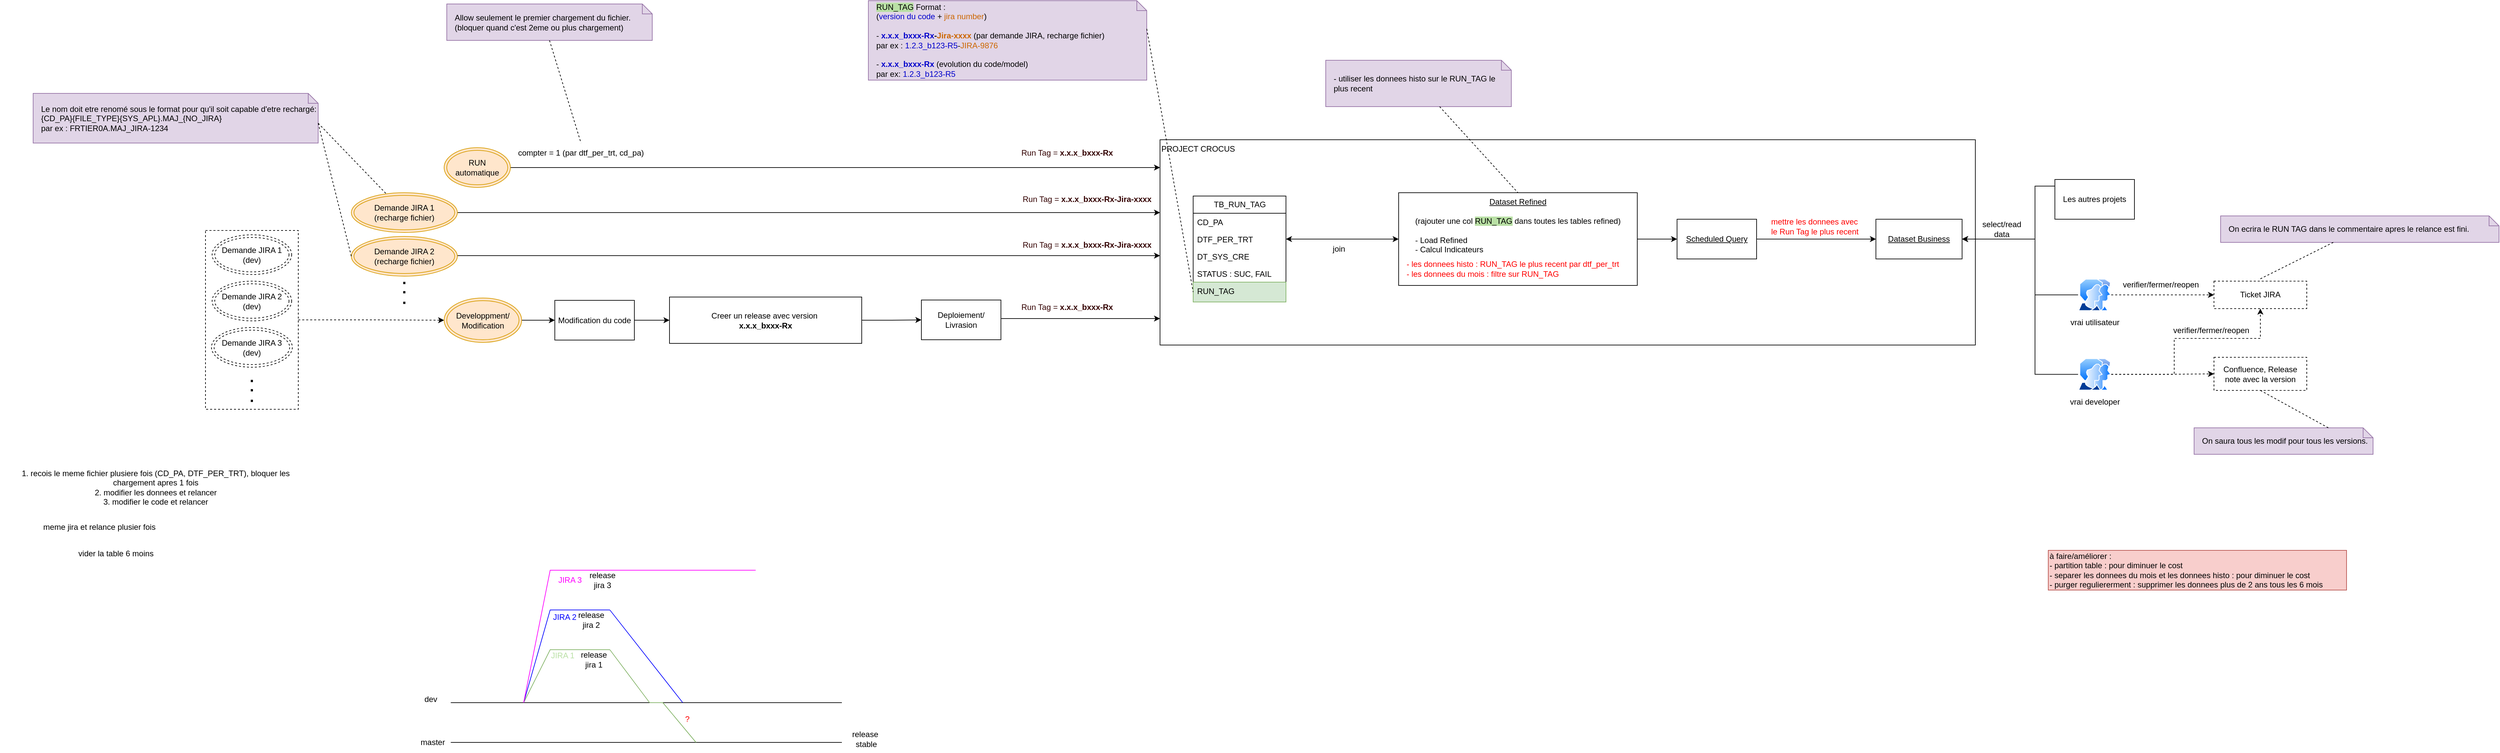
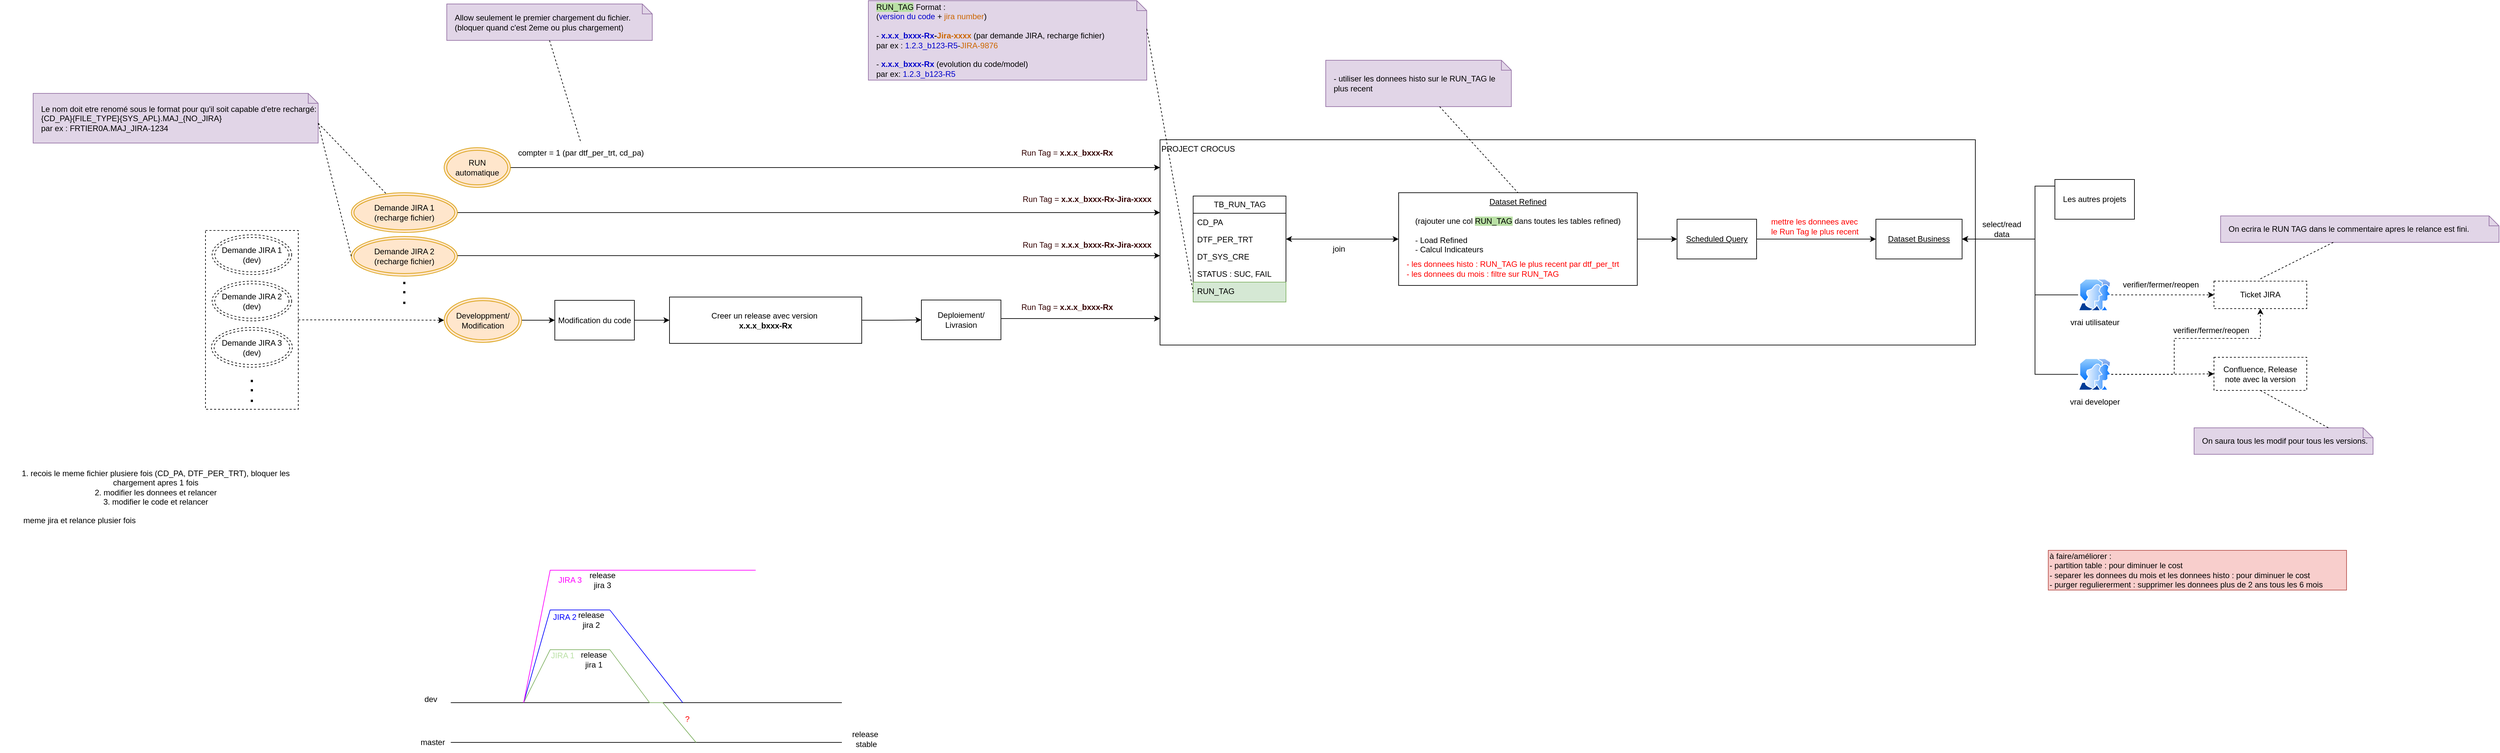
<mxfile host="app.diagrams.net">
  <diagram name="Page-1" id="bEAYSmEDHXBXhFzCy1HB">
    <mxGraphModel dx="3308" dy="2087" grid="1" gridSize="10" guides="1" tooltips="1" connect="1" arrows="1" fold="1" page="1" pageScale="1" pageWidth="827" pageHeight="1169" math="0" shadow="0">
      <root>
        <mxCell id="0" />
        <mxCell id="1" parent="0" />
        <mxCell id="cKu8MT6L8Fp_BZaxLZj7-22" edge="1" parent="1" source="cKu8MT6L8Fp_BZaxLZj7-16" style="edgeStyle=orthogonalEdgeStyle;rounded=0;orthogonalLoop=1;jettySize=auto;html=1;dashed=1;" target="QUzsFoNl6aFI_2ed8XXq-33">
          <mxGeometry relative="1" as="geometry">
            <Array as="points" />
            <mxPoint x="-937.4999999999995" y="382" as="sourcePoint" />
            <mxPoint x="-602.4999999999995" y="365" as="targetPoint" />
          </mxGeometry>
        </mxCell>
        <mxCell id="cKu8MT6L8Fp_BZaxLZj7-16" parent="1" style="rounded=0;whiteSpace=wrap;html=1;dashed=1;" value="" vertex="1">
          <mxGeometry height="270" width="140" x="-1070" y="247" as="geometry" />
        </mxCell>
        <mxCell id="QUzsFoNl6aFI_2ed8XXq-13" parent="1" style="rounded=0;whiteSpace=wrap;html=1;align=left;verticalAlign=top;" value="PROJECT CROCUS" vertex="1">
          <mxGeometry height="310" width="1230" x="370" y="110" as="geometry" />
        </mxCell>
        <mxCell id="QUzsFoNl6aFI_2ed8XXq-1" parent="1" style="swimlane;fontStyle=0;childLayout=stackLayout;horizontal=1;startSize=26;fillColor=none;horizontalStack=0;resizeParent=1;resizeParentMax=0;resizeLast=0;collapsible=1;marginBottom=0;html=1;" value="TB_RUN_TAG" vertex="1">
          <mxGeometry height="160" width="140" x="420" y="195" as="geometry" />
        </mxCell>
        <mxCell id="QUzsFoNl6aFI_2ed8XXq-2" parent="QUzsFoNl6aFI_2ed8XXq-1" style="text;strokeColor=none;fillColor=none;align=left;verticalAlign=top;spacingLeft=4;spacingRight=4;overflow=hidden;rotatable=0;points=[[0,0.5],[1,0.5]];portConstraint=eastwest;whiteSpace=wrap;html=1;" value="CD_PA" vertex="1">
          <mxGeometry height="26" width="140" y="26" as="geometry" />
        </mxCell>
        <mxCell id="QUzsFoNl6aFI_2ed8XXq-3" parent="QUzsFoNl6aFI_2ed8XXq-1" style="text;strokeColor=none;fillColor=none;align=left;verticalAlign=top;spacingLeft=4;spacingRight=4;overflow=hidden;rotatable=0;points=[[0,0.5],[1,0.5]];portConstraint=eastwest;whiteSpace=wrap;html=1;" value="DTF_PER_TRT" vertex="1">
          <mxGeometry height="26" width="140" y="52" as="geometry" />
        </mxCell>
        <mxCell id="QUzsFoNl6aFI_2ed8XXq-4" parent="QUzsFoNl6aFI_2ed8XXq-1" style="text;strokeColor=none;fillColor=none;align=left;verticalAlign=top;spacingLeft=4;spacingRight=4;overflow=hidden;rotatable=0;points=[[0,0.5],[1,0.5]];portConstraint=eastwest;whiteSpace=wrap;html=1;" value="DT_SYS_CRE" vertex="1">
          <mxGeometry height="26" width="140" y="78" as="geometry" />
        </mxCell>
        <mxCell id="QUzsFoNl6aFI_2ed8XXq-105" parent="QUzsFoNl6aFI_2ed8XXq-1" style="text;strokeColor=none;fillColor=none;align=left;verticalAlign=top;spacingLeft=4;spacingRight=4;overflow=hidden;rotatable=0;points=[[0,0.5],[1,0.5]];portConstraint=eastwest;whiteSpace=wrap;html=1;" value="STATUS : SUC, FAIL" vertex="1">
          <mxGeometry height="26" width="140" y="104" as="geometry" />
        </mxCell>
        <mxCell id="QUzsFoNl6aFI_2ed8XXq-5" parent="QUzsFoNl6aFI_2ed8XXq-1" style="text;strokeColor=#82b366;fillColor=#d5e8d4;align=left;verticalAlign=top;spacingLeft=4;spacingRight=4;overflow=hidden;rotatable=0;points=[[0,0.5],[1,0.5]];portConstraint=eastwest;whiteSpace=wrap;html=1;" value="RUN_TAG" vertex="1">
          <mxGeometry height="30" width="140" y="130" as="geometry" />
        </mxCell>
        <mxCell id="QUzsFoNl6aFI_2ed8XXq-7" parent="1" style="shape=note;size=15;align=left;spacingLeft=10;html=1;whiteSpace=wrap;fillColor=#e1d5e7;strokeColor=#9673a6;" value="&lt;span style=&quot;background-color: rgb(185, 224, 165);&quot;&gt;RUN_TAG&lt;/span&gt; Format :&amp;nbsp;&lt;div&gt;(&lt;font style=&quot;color: rgb(0, 0, 204);&quot;&gt;version du code&lt;/font&gt; +&lt;font style=&quot;color: rgb(204, 102, 0);&quot;&gt; &lt;font&gt;jira number&lt;/font&gt;&lt;/font&gt;)&lt;/div&gt;&lt;div&gt;&lt;br&gt;&lt;div&gt;- &lt;b&gt;&lt;font style=&quot;color: rgb(0, 0, 204);&quot;&gt;x.x.x_bxxx-Rx&lt;/font&gt;-&lt;font style=&quot;color: rgb(204, 102, 0);&quot;&gt;Jira-xxxx&lt;/font&gt;&lt;/b&gt; (par demande JIRA, recharge fichier)&amp;nbsp;&lt;/div&gt;&lt;div&gt;par ex : &lt;font style=&quot;color: rgb(0, 0, 204);&quot;&gt;1.2.3_b123-R5&lt;/font&gt;-&lt;font style=&quot;color: rgb(204, 102, 0);&quot;&gt;JIRA-9876&lt;/font&gt;&lt;/div&gt;&lt;div&gt;&lt;br&gt;&lt;/div&gt;&lt;div&gt;-&lt;b&gt; &lt;font style=&quot;color: rgb(0, 0, 204);&quot;&gt;x.x.x_bxxx-Rx&lt;/font&gt;&lt;/b&gt; (evolution du code/model)&lt;/div&gt;&lt;div&gt;&lt;span style=&quot;background-color: transparent; color: light-dark(rgb(0, 0, 0), rgb(255, 255, 255));&quot;&gt;par ex: &lt;/span&gt;&lt;span style=&quot;background-color: transparent;&quot;&gt;&lt;font style=&quot;color: light-dark(rgb(0, 0, 204), rgb(255, 255, 255));&quot;&gt;1.2.3_b123-R5&lt;/font&gt;&lt;/span&gt;&lt;/div&gt;&lt;/div&gt;" vertex="1">
          <mxGeometry height="120" width="420" x="-70" y="-100" as="geometry" />
        </mxCell>
        <mxCell id="QUzsFoNl6aFI_2ed8XXq-8" edge="1" parent="1" source="QUzsFoNl6aFI_2ed8XXq-7" style="edgeStyle=none;endArrow=none;exitX=0;exitY=0;dashed=1;html=1;rounded=0;entryX=0;entryY=0.5;entryDx=0;entryDy=0;exitDx=420;exitDy=42.5;exitPerimeter=0;" target="QUzsFoNl6aFI_2ed8XXq-5" value="">
          <mxGeometry relative="1" x="1" as="geometry">
            <mxPoint x="590" y="660" as="targetPoint" />
          </mxGeometry>
        </mxCell>
        <mxCell id="QUzsFoNl6aFI_2ed8XXq-10" parent="1" style="rounded=0;whiteSpace=wrap;html=1;dashed=1;" value="Confluence, Release note avec la v&lt;span style=&quot;background-color: transparent; color: light-dark(rgb(0, 0, 0), rgb(255, 255, 255));&quot;&gt;ersion&lt;/span&gt;" vertex="1">
          <mxGeometry height="50" width="140" x="1960" y="438.5" as="geometry" />
        </mxCell>
        <mxCell id="QUzsFoNl6aFI_2ed8XXq-11" parent="1" style="rounded=0;whiteSpace=wrap;html=1;dashed=1;" value="Ticket JIRA" vertex="1">
          <mxGeometry height="41.5" width="140" x="1960" y="323.5" as="geometry" />
        </mxCell>
        <mxCell id="QUzsFoNl6aFI_2ed8XXq-42" edge="1" parent="1" source="QUzsFoNl6aFI_2ed8XXq-12" style="edgeStyle=orthogonalEdgeStyle;rounded=0;orthogonalLoop=1;jettySize=auto;html=1;entryX=1;entryY=0.5;entryDx=0;entryDy=0;startArrow=classic;startFill=1;" target="QUzsFoNl6aFI_2ed8XXq-3">
          <mxGeometry relative="1" as="geometry" />
        </mxCell>
        <mxCell id="QUzsFoNl6aFI_2ed8XXq-50" edge="1" parent="1" source="QUzsFoNl6aFI_2ed8XXq-12" style="edgeStyle=orthogonalEdgeStyle;rounded=0;orthogonalLoop=1;jettySize=auto;html=1;" target="QUzsFoNl6aFI_2ed8XXq-46">
          <mxGeometry relative="1" as="geometry">
            <Array as="points" />
          </mxGeometry>
        </mxCell>
        <mxCell id="QUzsFoNl6aFI_2ed8XXq-12" parent="1" style="rounded=0;whiteSpace=wrap;html=1;verticalAlign=top;" value="&lt;u&gt;Dataset Refined&lt;/u&gt;&lt;div&gt;&lt;u&gt;&lt;br&gt;&lt;/u&gt;&lt;div&gt;(rajouter une col &lt;span style=&quot;background-color: rgb(185, 224, 165);&quot;&gt;RUN_TAG&lt;/span&gt;&lt;span&gt; &lt;/span&gt;dans toutes les tables refined)&lt;/div&gt;&lt;div&gt;&lt;br&gt;&lt;/div&gt;&lt;div style=&quot;text-align: left;&quot;&gt;- Load Refined&amp;nbsp; &amp;nbsp; &amp;nbsp; &amp;nbsp;&lt;/div&gt;&lt;div style=&quot;text-align: left;&quot;&gt;- Calcul Indicateurs&lt;/div&gt;&lt;/div&gt;" vertex="1">
          <mxGeometry height="140" width="360" x="730" y="190" as="geometry" />
        </mxCell>
        <mxCell id="QUzsFoNl6aFI_2ed8XXq-27" edge="1" parent="1" source="QUzsFoNl6aFI_2ed8XXq-33" style="edgeStyle=orthogonalEdgeStyle;rounded=0;orthogonalLoop=1;jettySize=auto;html=1;entryX=0;entryY=0.5;entryDx=0;entryDy=0;" target="QUzsFoNl6aFI_2ed8XXq-23">
          <mxGeometry relative="1" as="geometry">
            <mxPoint x="-740" y="198" as="sourcePoint" />
          </mxGeometry>
        </mxCell>
        <mxCell id="QUzsFoNl6aFI_2ed8XXq-19" parent="1" style="text;html=1;whiteSpace=wrap;strokeColor=none;fillColor=none;align=center;verticalAlign=middle;rounded=0;fontColor=#330000;" value="&lt;font style=&quot;&quot;&gt;Run Tag =&amp;nbsp;&lt;/font&gt;&lt;b style=&quot;text-align: left;&quot;&gt;x.x.x_bxxx-Rx-Jira-xxxx&lt;/b&gt;" vertex="1">
          <mxGeometry height="30" width="200" x="160" y="253.5" as="geometry" />
        </mxCell>
        <mxCell id="cKu8MT6L8Fp_BZaxLZj7-37" edge="1" parent="1" source="QUzsFoNl6aFI_2ed8XXq-23" style="edgeStyle=orthogonalEdgeStyle;rounded=0;orthogonalLoop=1;jettySize=auto;html=1;" target="QUzsFoNl6aFI_2ed8XXq-25">
          <mxGeometry relative="1" as="geometry" />
        </mxCell>
        <mxCell id="QUzsFoNl6aFI_2ed8XXq-23" parent="1" style="rounded=0;whiteSpace=wrap;html=1;" value="Modification du code" vertex="1">
          <mxGeometry height="60" width="120" x="-543" y="352.5" as="geometry" />
        </mxCell>
        <mxCell id="QUzsFoNl6aFI_2ed8XXq-31" edge="1" parent="1" source="QUzsFoNl6aFI_2ed8XXq-24" style="edgeStyle=orthogonalEdgeStyle;rounded=0;orthogonalLoop=1;jettySize=auto;html=1;" target="QUzsFoNl6aFI_2ed8XXq-13">
          <mxGeometry relative="1" as="geometry">
            <Array as="points">
              <mxPoint x="180" y="380" />
              <mxPoint x="180" y="380" />
            </Array>
            <mxPoint x="380" y="373" as="targetPoint" />
          </mxGeometry>
        </mxCell>
        <mxCell id="QUzsFoNl6aFI_2ed8XXq-24" parent="1" style="rounded=0;whiteSpace=wrap;html=1;" value="Deploiement/ Livrasion" vertex="1">
          <mxGeometry height="60" width="120" x="10" y="352" as="geometry" />
        </mxCell>
        <mxCell id="cKu8MT6L8Fp_BZaxLZj7-38" edge="1" parent="1" source="QUzsFoNl6aFI_2ed8XXq-25" style="edgeStyle=orthogonalEdgeStyle;rounded=0;orthogonalLoop=1;jettySize=auto;html=1;" target="QUzsFoNl6aFI_2ed8XXq-24">
          <mxGeometry relative="1" as="geometry" />
        </mxCell>
        <mxCell id="QUzsFoNl6aFI_2ed8XXq-25" parent="1" style="rounded=0;whiteSpace=wrap;html=1;" value="Creer un release avec version&amp;nbsp;&lt;div&gt;&lt;span style=&quot;text-align: left;&quot;&gt;&lt;b&gt;x.x.x_bxxx-Rx&lt;/b&gt;&lt;/span&gt;&lt;/div&gt;" vertex="1">
          <mxGeometry height="70" width="290" x="-370" y="347.5" as="geometry" />
        </mxCell>
        <mxCell id="QUzsFoNl6aFI_2ed8XXq-33" parent="1" style="ellipse;shape=doubleEllipse;whiteSpace=wrap;html=1;fillColor=#ffe6cc;strokeColor=#d79b00;" value="Developpment/&lt;div&gt;Modification&lt;/div&gt;" vertex="1">
          <mxGeometry height="67" width="117" x="-710" y="349" as="geometry" />
        </mxCell>
        <mxCell id="cKu8MT6L8Fp_BZaxLZj7-5" edge="1" parent="1" style="edgeStyle=orthogonalEdgeStyle;rounded=0;orthogonalLoop=1;jettySize=auto;html=1;" target="QUzsFoNl6aFI_2ed8XXq-13">
          <mxGeometry relative="1" as="geometry">
            <Array as="points">
              <mxPoint x="110" y="285" />
              <mxPoint x="110" y="285" />
            </Array>
            <mxPoint x="-690.0000000000005" y="285" as="sourcePoint" />
            <mxPoint x="380" y="285" as="targetPoint" />
          </mxGeometry>
        </mxCell>
        <mxCell id="QUzsFoNl6aFI_2ed8XXq-34" parent="1" style="ellipse;shape=doubleEllipse;whiteSpace=wrap;html=1;fillColor=#ffe6cc;strokeColor=#d79b00;" value="Demande JIRA 2&lt;div&gt;(recharge fichier)&lt;/div&gt;" vertex="1">
          <mxGeometry height="60" width="160" x="-850" y="256" as="geometry" />
        </mxCell>
        <mxCell id="QUzsFoNl6aFI_2ed8XXq-36" edge="1" parent="1" source="QUzsFoNl6aFI_2ed8XXq-35" style="edgeStyle=orthogonalEdgeStyle;rounded=0;orthogonalLoop=1;jettySize=auto;html=1;" target="QUzsFoNl6aFI_2ed8XXq-13">
          <mxGeometry relative="1" as="geometry">
            <Array as="points">
              <mxPoint x="140" y="152" />
              <mxPoint x="140" y="152" />
            </Array>
            <mxPoint x="380" y="152.0588235294117" as="targetPoint" />
          </mxGeometry>
        </mxCell>
        <mxCell id="QUzsFoNl6aFI_2ed8XXq-35" parent="1" style="ellipse;shape=doubleEllipse;whiteSpace=wrap;html=1;fillColor=#ffe6cc;strokeColor=#d79b00;" value="RUN automatique" vertex="1">
          <mxGeometry height="60" width="100" x="-710" y="122" as="geometry" />
        </mxCell>
        <mxCell id="QUzsFoNl6aFI_2ed8XXq-40" parent="1" style="shape=note;size=15;align=left;spacingLeft=10;html=1;whiteSpace=wrap;fillColor=#e1d5e7;strokeColor=#9673a6;" value="&lt;div&gt;- utiliser les donnees histo sur le RUN_TAG le plus recent&lt;/div&gt;" vertex="1">
          <mxGeometry height="70" width="280" x="620" y="-10" as="geometry" />
        </mxCell>
        <mxCell id="QUzsFoNl6aFI_2ed8XXq-41" edge="1" parent="1" source="QUzsFoNl6aFI_2ed8XXq-40" style="edgeStyle=none;endArrow=none;dashed=1;html=1;rounded=0;entryX=0.5;entryY=0;entryDx=0;entryDy=0;" target="QUzsFoNl6aFI_2ed8XXq-12" value="">
          <mxGeometry relative="1" x="1" as="geometry">
            <mxPoint x="720" y="650" as="sourcePoint" />
            <mxPoint x="772" y="500" as="targetPoint" />
          </mxGeometry>
        </mxCell>
        <mxCell id="QUzsFoNl6aFI_2ed8XXq-43" parent="1" style="text;html=1;whiteSpace=wrap;strokeColor=none;fillColor=none;align=left;verticalAlign=middle;rounded=0;" value="&lt;font style=&quot;color: rgb(255, 0, 0);&quot;&gt;- les donnees histo : RUN_TAG le plus recent par dtf_per_trt&lt;/font&gt;&lt;div&gt;&lt;font style=&quot;color: rgb(255, 0, 0);&quot;&gt;- les donnees du mois : f&lt;/font&gt;&lt;span style=&quot;color: light-dark(rgb(255, 0, 0), rgb(255, 144, 144)); background-color: transparent;&quot;&gt;iltre sur RUN_TAG&lt;/span&gt;&lt;/div&gt;" vertex="1">
          <mxGeometry height="30" width="370" x="740" y="290" as="geometry" />
        </mxCell>
        <mxCell id="QUzsFoNl6aFI_2ed8XXq-45" parent="1" style="rounded=0;whiteSpace=wrap;html=1;" value="&lt;u&gt;Dataset Business&lt;/u&gt;" vertex="1">
          <mxGeometry height="60" width="130" x="1450" y="230" as="geometry" />
        </mxCell>
        <mxCell id="QUzsFoNl6aFI_2ed8XXq-48" edge="1" parent="1" source="QUzsFoNl6aFI_2ed8XXq-46" style="edgeStyle=orthogonalEdgeStyle;rounded=0;orthogonalLoop=1;jettySize=auto;html=1;" target="QUzsFoNl6aFI_2ed8XXq-45">
          <mxGeometry relative="1" as="geometry" />
        </mxCell>
        <mxCell id="QUzsFoNl6aFI_2ed8XXq-46" parent="1" style="rounded=0;whiteSpace=wrap;html=1;" value="&lt;u&gt;Scheduled Query&lt;/u&gt;" vertex="1">
          <mxGeometry height="60" width="120" x="1150" y="230" as="geometry" />
        </mxCell>
        <mxCell id="QUzsFoNl6aFI_2ed8XXq-51" parent="1" style="text;html=1;whiteSpace=wrap;strokeColor=none;fillColor=none;align=left;verticalAlign=middle;rounded=0;fontColor=#FF0000;" value="mettre les donnees avec le Run Tag le plus recent" vertex="1">
          <mxGeometry height="30" width="140" x="1290" y="226" as="geometry" />
        </mxCell>
        <mxCell id="QUzsFoNl6aFI_2ed8XXq-59" edge="1" parent="1" source="QUzsFoNl6aFI_2ed8XXq-52" style="edgeStyle=orthogonalEdgeStyle;rounded=0;orthogonalLoop=1;jettySize=auto;html=1;entryX=1;entryY=0.5;entryDx=0;entryDy=0;" target="QUzsFoNl6aFI_2ed8XXq-45">
          <mxGeometry relative="1" as="geometry">
            <Array as="points">
              <mxPoint x="1690" y="180" />
              <mxPoint x="1690" y="260" />
            </Array>
          </mxGeometry>
        </mxCell>
        <mxCell id="QUzsFoNl6aFI_2ed8XXq-52" parent="1" style="rounded=0;whiteSpace=wrap;html=1;" value="Les autres projets" vertex="1">
          <mxGeometry height="60" width="120" x="1720" y="170" as="geometry" />
        </mxCell>
        <mxCell id="QUzsFoNl6aFI_2ed8XXq-58" edge="1" parent="1" source="QUzsFoNl6aFI_2ed8XXq-57" style="edgeStyle=orthogonalEdgeStyle;rounded=0;orthogonalLoop=1;jettySize=auto;html=1;entryX=1;entryY=0.5;entryDx=0;entryDy=0;" target="QUzsFoNl6aFI_2ed8XXq-45">
          <mxGeometry relative="1" as="geometry">
            <Array as="points">
              <mxPoint x="1690" y="344" />
              <mxPoint x="1690" y="260" />
            </Array>
          </mxGeometry>
        </mxCell>
        <mxCell id="QUzsFoNl6aFI_2ed8XXq-65" edge="1" parent="1" source="QUzsFoNl6aFI_2ed8XXq-57" style="edgeStyle=orthogonalEdgeStyle;rounded=0;orthogonalLoop=1;jettySize=auto;html=1;dashed=1;" target="QUzsFoNl6aFI_2ed8XXq-11">
          <mxGeometry relative="1" as="geometry" />
        </mxCell>
        <mxCell id="QUzsFoNl6aFI_2ed8XXq-57" parent="1" style="image;aspect=fixed;perimeter=ellipsePerimeter;html=1;align=center;shadow=0;dashed=0;spacingTop=3;image=img/lib/active_directory/user_accounts.svg;" value="vrai utilisateur" vertex="1">
          <mxGeometry height="48.5" width="50" x="1755" y="320" as="geometry" />
        </mxCell>
        <mxCell id="QUzsFoNl6aFI_2ed8XXq-60" parent="1" style="text;html=1;whiteSpace=wrap;strokeColor=none;fillColor=none;align=center;verticalAlign=middle;rounded=0;" value="select/read data" vertex="1">
          <mxGeometry height="30" width="60" x="1610" y="230" as="geometry" />
        </mxCell>
        <mxCell id="QUzsFoNl6aFI_2ed8XXq-63" edge="1" parent="1" source="QUzsFoNl6aFI_2ed8XXq-62" style="edgeStyle=orthogonalEdgeStyle;rounded=0;orthogonalLoop=1;jettySize=auto;html=1;entryX=1;entryY=0.5;entryDx=0;entryDy=0;" target="QUzsFoNl6aFI_2ed8XXq-45">
          <mxGeometry relative="1" as="geometry">
            <Array as="points">
              <mxPoint x="1690" y="464" />
              <mxPoint x="1690" y="260" />
            </Array>
          </mxGeometry>
        </mxCell>
        <mxCell id="QUzsFoNl6aFI_2ed8XXq-66" edge="1" parent="1" source="QUzsFoNl6aFI_2ed8XXq-62" style="edgeStyle=orthogonalEdgeStyle;rounded=0;orthogonalLoop=1;jettySize=auto;html=1;dashed=1;" target="QUzsFoNl6aFI_2ed8XXq-10">
          <mxGeometry relative="1" as="geometry" />
        </mxCell>
        <mxCell id="QUzsFoNl6aFI_2ed8XXq-68" edge="1" parent="1" source="QUzsFoNl6aFI_2ed8XXq-62" style="edgeStyle=orthogonalEdgeStyle;rounded=0;orthogonalLoop=1;jettySize=auto;html=1;entryX=0.5;entryY=1;entryDx=0;entryDy=0;dashed=1;" target="QUzsFoNl6aFI_2ed8XXq-11">
          <mxGeometry relative="1" as="geometry">
            <Array as="points">
              <mxPoint x="1900" y="464" />
              <mxPoint x="1900" y="410" />
              <mxPoint x="2030" y="410" />
            </Array>
          </mxGeometry>
        </mxCell>
        <mxCell id="QUzsFoNl6aFI_2ed8XXq-62" parent="1" style="image;aspect=fixed;perimeter=ellipsePerimeter;html=1;align=center;shadow=0;dashed=0;spacingTop=3;image=img/lib/active_directory/user_accounts.svg;" value="vrai developer" vertex="1">
          <mxGeometry height="48.5" width="50" x="1755" y="440" as="geometry" />
        </mxCell>
        <mxCell id="QUzsFoNl6aFI_2ed8XXq-69" parent="1" style="shape=note;size=15;align=left;spacingLeft=10;html=1;whiteSpace=wrap;fillColor=#e1d5e7;strokeColor=#9673a6;" value="On ecrira le RUN TAG dans le commentaire apres le relance est fini." vertex="1">
          <mxGeometry height="40" width="420" x="1970" y="225" as="geometry" />
        </mxCell>
        <mxCell id="QUzsFoNl6aFI_2ed8XXq-70" edge="1" parent="1" source="QUzsFoNl6aFI_2ed8XXq-69" style="edgeStyle=none;endArrow=none;dashed=1;html=1;rounded=0;" value="">
          <mxGeometry relative="1" x="1" as="geometry">
            <mxPoint x="970" y="210" as="sourcePoint" />
            <mxPoint x="2030" y="320" as="targetPoint" />
          </mxGeometry>
        </mxCell>
        <mxCell id="QUzsFoNl6aFI_2ed8XXq-71" parent="1" style="shape=note;size=15;align=left;spacingLeft=10;html=1;whiteSpace=wrap;fillColor=#e1d5e7;strokeColor=#9673a6;" value="On saura tous les modif pour tous les versions." vertex="1">
          <mxGeometry height="40" width="270" x="1930" y="545" as="geometry" />
        </mxCell>
        <mxCell id="QUzsFoNl6aFI_2ed8XXq-72" edge="1" parent="1" source="QUzsFoNl6aFI_2ed8XXq-71" style="edgeStyle=none;endArrow=none;dashed=1;html=1;rounded=0;entryX=0.5;entryY=1;entryDx=0;entryDy=0;exitX=0;exitY=0;exitDx=202.5;exitDy=0;exitPerimeter=0;" target="QUzsFoNl6aFI_2ed8XXq-10" value="">
          <mxGeometry relative="1" x="1" as="geometry">
            <mxPoint x="2180" y="470" as="sourcePoint" />
            <mxPoint x="2070" y="525" as="targetPoint" />
          </mxGeometry>
        </mxCell>
        <mxCell id="QUzsFoNl6aFI_2ed8XXq-74" parent="1" style="rounded=0;whiteSpace=wrap;html=1;align=left;fillColor=#f8cecc;strokeColor=#b85450;" value="à faire/améliorer :&lt;div&gt;- partition table : pour diminuer le cost&lt;/div&gt;&lt;div&gt;- separer les donnees du mois et les donnees histo&amp;nbsp;&lt;span style=&quot;background-color: transparent; color: light-dark(rgb(0, 0, 0), rgb(255, 255, 255));&quot;&gt;: pour diminuer le cost&lt;/span&gt;&lt;/div&gt;&lt;div&gt;&lt;span style=&quot;background-color: transparent; color: light-dark(rgb(0, 0, 0), rgb(255, 255, 255));&quot;&gt;- purger reguliererment : supprimer les donnees plus de 2 ans tous les 6 mois&lt;/span&gt;&lt;/div&gt;" vertex="1">
          <mxGeometry height="60" width="450" x="1710" y="730" as="geometry" />
        </mxCell>
        <mxCell id="QUzsFoNl6aFI_2ed8XXq-76" parent="1" style="text;html=1;whiteSpace=wrap;strokeColor=none;fillColor=none;align=center;verticalAlign=middle;rounded=0;" value="join" vertex="1">
          <mxGeometry height="30" width="60" x="610" y="260" as="geometry" />
        </mxCell>
        <mxCell id="QUzsFoNl6aFI_2ed8XXq-81" edge="1" parent="1" style="endArrow=none;html=1;rounded=0;" value="">
          <mxGeometry height="50" relative="1" width="50" as="geometry">
            <mxPoint x="-700" y="960" as="sourcePoint" />
            <mxPoint x="-110" y="960" as="targetPoint" />
          </mxGeometry>
        </mxCell>
        <mxCell id="QUzsFoNl6aFI_2ed8XXq-83" edge="1" parent="1" style="endArrow=none;html=1;rounded=0;fillColor=#d5e8d4;strokeColor=#82b366;" value="">
          <mxGeometry height="50" relative="1" width="50" as="geometry">
            <Array as="points">
              <mxPoint x="-550" y="880" />
            </Array>
            <mxPoint x="-590" y="960" as="sourcePoint" />
            <mxPoint x="-460" y="880" as="targetPoint" />
          </mxGeometry>
        </mxCell>
        <mxCell id="QUzsFoNl6aFI_2ed8XXq-84" parent="1" style="text;html=1;whiteSpace=wrap;strokeColor=none;fillColor=none;align=center;verticalAlign=middle;rounded=0;" value="dev" vertex="1">
          <mxGeometry height="30" width="60" x="-760" y="940" as="geometry" />
        </mxCell>
        <mxCell id="QUzsFoNl6aFI_2ed8XXq-85" edge="1" parent="1" style="endArrow=none;html=1;rounded=0;strokeColor=#0000FF;" value="">
          <mxGeometry height="50" relative="1" width="50" as="geometry">
            <Array as="points">
              <mxPoint x="-550" y="820" />
            </Array>
            <mxPoint x="-590" y="960" as="sourcePoint" />
            <mxPoint x="-460" y="820" as="targetPoint" />
          </mxGeometry>
        </mxCell>
        <mxCell id="QUzsFoNl6aFI_2ed8XXq-86" edge="1" parent="1" style="endArrow=none;html=1;rounded=0;strokeColor=#FF00FF;" value="">
          <mxGeometry height="50" relative="1" width="50" as="geometry">
            <Array as="points">
              <mxPoint x="-550" y="760" />
            </Array>
            <mxPoint x="-590" y="960" as="sourcePoint" />
            <mxPoint x="-240" y="760" as="targetPoint" />
          </mxGeometry>
        </mxCell>
        <mxCell id="QUzsFoNl6aFI_2ed8XXq-87" parent="1" style="text;html=1;whiteSpace=wrap;strokeColor=none;fillColor=none;align=center;verticalAlign=middle;rounded=0;fontColor=#B9E0A5;" value="JIRA 1" vertex="1">
          <mxGeometry height="30" width="60" x="-561" y="874" as="geometry" />
        </mxCell>
        <mxCell id="QUzsFoNl6aFI_2ed8XXq-88" parent="1" style="text;html=1;whiteSpace=wrap;strokeColor=none;fillColor=none;align=center;verticalAlign=middle;rounded=0;fontColor=#0000FF;" value="JIRA 2" vertex="1">
          <mxGeometry height="30" width="60" x="-558" y="816" as="geometry" />
        </mxCell>
        <mxCell id="QUzsFoNl6aFI_2ed8XXq-89" parent="1" style="text;html=1;whiteSpace=wrap;strokeColor=none;fillColor=none;align=center;verticalAlign=middle;rounded=0;fontColor=#FF00FF;" value="JIRA 3" vertex="1">
          <mxGeometry height="30" width="60" x="-550" y="760" as="geometry" />
        </mxCell>
        <mxCell id="QUzsFoNl6aFI_2ed8XXq-90" edge="1" parent="1" style="endArrow=none;html=1;rounded=0;" value="">
          <mxGeometry height="50" relative="1" width="50" as="geometry">
            <mxPoint x="-700" y="1020" as="sourcePoint" />
            <mxPoint x="-110" y="1020" as="targetPoint" />
          </mxGeometry>
        </mxCell>
        <mxCell id="QUzsFoNl6aFI_2ed8XXq-91" parent="1" style="text;html=1;whiteSpace=wrap;strokeColor=none;fillColor=none;align=center;verticalAlign=middle;rounded=0;" value="master" vertex="1">
          <mxGeometry height="30" width="60" x="-757" y="1005" as="geometry" />
        </mxCell>
        <mxCell id="QUzsFoNl6aFI_2ed8XXq-92" edge="1" parent="1" style="endArrow=none;html=1;rounded=0;fillColor=#d5e8d4;strokeColor=#82b366;" value="">
          <mxGeometry height="50" relative="1" width="50" as="geometry">
            <mxPoint x="-460" y="880" as="sourcePoint" />
            <mxPoint x="-400" y="960" as="targetPoint" />
          </mxGeometry>
        </mxCell>
        <mxCell id="QUzsFoNl6aFI_2ed8XXq-94" edge="1" parent="1" style="endArrow=none;html=1;rounded=0;strokeColor=#0000FF;" value="">
          <mxGeometry height="50" relative="1" width="50" as="geometry">
            <mxPoint x="-460" y="820" as="sourcePoint" />
            <mxPoint x="-350" y="960" as="targetPoint" />
          </mxGeometry>
        </mxCell>
        <mxCell id="QUzsFoNl6aFI_2ed8XXq-95" edge="1" parent="1" style="endArrow=none;html=1;rounded=0;fillColor=#d5e8d4;strokeColor=#82b366;" value="">
          <mxGeometry height="50" relative="1" width="50" as="geometry">
            <mxPoint x="-380" y="960" as="sourcePoint" />
            <mxPoint x="-330" y="1020" as="targetPoint" />
          </mxGeometry>
        </mxCell>
        <mxCell id="QUzsFoNl6aFI_2ed8XXq-96" edge="1" parent="1" style="endArrow=none;html=1;rounded=0;fillColor=#d5e8d4;strokeColor=#82b366;" value="">
          <mxGeometry height="50" relative="1" width="50" as="geometry">
            <mxPoint x="-400" y="960" as="sourcePoint" />
            <mxPoint x="-380" y="960" as="targetPoint" />
          </mxGeometry>
        </mxCell>
        <mxCell id="QUzsFoNl6aFI_2ed8XXq-98" parent="1" style="text;html=1;whiteSpace=wrap;strokeColor=none;fillColor=none;align=center;verticalAlign=middle;rounded=0;" value="release jira 2" vertex="1">
          <mxGeometry height="30" width="60" x="-518" y="820" as="geometry" />
        </mxCell>
        <mxCell id="QUzsFoNl6aFI_2ed8XXq-99" parent="1" style="text;html=1;whiteSpace=wrap;strokeColor=none;fillColor=none;align=center;verticalAlign=middle;rounded=0;" value="release jira 1" vertex="1">
          <mxGeometry height="30" width="60" x="-514" y="880" as="geometry" />
        </mxCell>
        <mxCell id="QUzsFoNl6aFI_2ed8XXq-100" parent="1" style="text;html=1;whiteSpace=wrap;strokeColor=none;fillColor=none;align=center;verticalAlign=middle;rounded=0;" value="release jira 3" vertex="1">
          <mxGeometry height="30" width="60" x="-501" y="760" as="geometry" />
        </mxCell>
        <mxCell id="QUzsFoNl6aFI_2ed8XXq-101" parent="1" style="text;html=1;whiteSpace=wrap;strokeColor=none;fillColor=none;align=center;verticalAlign=middle;rounded=0;" value="release&amp;nbsp; stable" vertex="1">
          <mxGeometry height="30" width="60" x="-103" y="1000" as="geometry" />
        </mxCell>
        <mxCell id="QUzsFoNl6aFI_2ed8XXq-103" parent="1" style="text;html=1;whiteSpace=wrap;strokeColor=none;fillColor=none;align=center;verticalAlign=middle;rounded=0;fontColor=#FF0000;" value="?" vertex="1">
          <mxGeometry height="30" width="60" x="-373" y="970" as="geometry" />
        </mxCell>
        <mxCell id="QUzsFoNl6aFI_2ed8XXq-104" parent="1" style="text;html=1;whiteSpace=wrap;strokeColor=none;fillColor=none;align=center;verticalAlign=middle;rounded=0;" value="compter = 1 (par dtf_per_trt, cd_pa)" vertex="1">
          <mxGeometry height="30" width="227" x="-617" y="115" as="geometry" />
        </mxCell>
        <mxCell id="QUzsFoNl6aFI_2ed8XXq-106" parent="1" style="text;html=1;whiteSpace=wrap;strokeColor=none;fillColor=none;align=center;verticalAlign=middle;rounded=0;" value="1. recois le meme fichier plusiere fois (CD_PA, DTF_PER_TRT), bloquer les chargement apres 1 fois&lt;div&gt;2. modifier les donnees et relancer&lt;/div&gt;&lt;div&gt;3. modifier le code et relancer&lt;/div&gt;" vertex="1">
          <mxGeometry height="30" width="470" x="-1380" y="620" as="geometry" />
        </mxCell>
        <mxCell id="QUzsFoNl6aFI_2ed8XXq-107" parent="1" style="text;html=1;whiteSpace=wrap;strokeColor=none;fillColor=none;align=center;verticalAlign=middle;rounded=0;" value="meme jira et relance plusier fois" vertex="1">
-           <mxGeometry height="30" width="240" x="-1350" y="680" as="geometry" />
-         </mxCell>
-         <mxCell id="QUzsFoNl6aFI_2ed8XXq-108" parent="1" style="text;html=1;whiteSpace=wrap;strokeColor=none;fillColor=none;align=center;verticalAlign=middle;rounded=0;" value="vider la table 6 moins" vertex="1">
-           <mxGeometry height="30" width="170" x="-1290" y="720" as="geometry" />
+           <mxGeometry height="30" width="240" x="-1380" y="670" as="geometry" />
        </mxCell>
        <mxCell id="cKu8MT6L8Fp_BZaxLZj7-1" parent="1" style="shape=note;size=15;align=left;spacingLeft=10;html=1;whiteSpace=wrap;fillColor=#e1d5e7;strokeColor=#9673a6;labelBackgroundColor=none;" value="&lt;span style=&quot;&quot;&gt;Allow seulement le premier chargement du fichier.&lt;br&gt;(bloquer quand c&#39;est 2eme ou plus chargement)&lt;/span&gt;" vertex="1">
          <mxGeometry height="55" width="310" x="-706" y="-95" as="geometry" />
        </mxCell>
        <mxCell id="cKu8MT6L8Fp_BZaxLZj7-2" edge="1" parent="1" source="cKu8MT6L8Fp_BZaxLZj7-1" style="edgeStyle=none;endArrow=none;exitX=0.5;exitY=1;dashed=1;html=1;rounded=0;entryX=0.5;entryY=0;entryDx=0;entryDy=0;exitDx=0;exitDy=0;exitPerimeter=0;" target="QUzsFoNl6aFI_2ed8XXq-104" value="">
          <mxGeometry relative="1" x="1" as="geometry">
            <mxPoint x="590" y="300" as="sourcePoint" />
            <mxPoint x="680" y="507" as="targetPoint" />
          </mxGeometry>
        </mxCell>
        <mxCell id="cKu8MT6L8Fp_BZaxLZj7-3" parent="1" style="ellipse;shape=doubleEllipse;whiteSpace=wrap;html=1;dashed=1;" value="Demande JIRA 1&lt;div&gt;(dev)&lt;/div&gt;" vertex="1">
          <mxGeometry height="60" width="120" x="-1060" y="253.5" as="geometry" />
        </mxCell>
        <mxCell id="cKu8MT6L8Fp_BZaxLZj7-7" parent="1" style="text;html=1;whiteSpace=wrap;strokeColor=none;fillColor=none;align=center;verticalAlign=middle;rounded=0;fontColor=#330000;" value="&lt;font style=&quot;&quot;&gt;Run Tag =&amp;nbsp;&lt;b style=&quot;text-align: left;&quot;&gt;x.x.x_bxxx-Rx&lt;/b&gt;&lt;/font&gt;" vertex="1">
          <mxGeometry height="30" width="200" x="130" y="115" as="geometry" />
        </mxCell>
        <mxCell id="cKu8MT6L8Fp_BZaxLZj7-11" parent="1" style="shape=note;size=15;align=left;spacingLeft=10;html=1;whiteSpace=wrap;fillColor=#e1d5e7;strokeColor=#9673a6;labelBackgroundColor=none;" value="&lt;span style=&quot;&quot;&gt;Le nom doit etre renomé sous le format pour qu&#39;il soit capable d&#39;etre rechargé:&lt;br&gt;{CD_PA}{FILE_TYPE}{SYS_APL}.MAJ_{NO_JIRA}&lt;/span&gt;&lt;div&gt;&lt;span style=&quot;&quot;&gt;par ex : FRTIER0A.MAJ_JIRA-1234&lt;/span&gt;&lt;/div&gt;" vertex="1">
          <mxGeometry height="75" width="430" x="-1330" y="40" as="geometry" />
        </mxCell>
        <mxCell id="cKu8MT6L8Fp_BZaxLZj7-14" parent="1" style="ellipse;shape=doubleEllipse;whiteSpace=wrap;html=1;dashed=1;" value="Demande JIRA 2&lt;div&gt;(dev)&lt;/div&gt;" vertex="1">
          <mxGeometry height="60" width="120" x="-1060" y="323.5" as="geometry" />
        </mxCell>
        <mxCell id="cKu8MT6L8Fp_BZaxLZj7-15" parent="1" style="ellipse;shape=doubleEllipse;whiteSpace=wrap;html=1;dashed=1;" value="Demande JIRA 3&lt;div&gt;(dev)&lt;/div&gt;" vertex="1">
          <mxGeometry height="60" width="122" x="-1061" y="393.5" as="geometry" />
        </mxCell>
        <mxCell id="cKu8MT6L8Fp_BZaxLZj7-19" parent="1" style="text;html=1;whiteSpace=wrap;strokeColor=none;fillColor=none;align=center;verticalAlign=middle;rounded=0;fontSize=23;fontStyle=1" value="." vertex="1">
          <mxGeometry height="30" width="60" x="-1030" y="453.25" as="geometry" />
        </mxCell>
        <mxCell id="cKu8MT6L8Fp_BZaxLZj7-20" parent="1" style="text;html=1;whiteSpace=wrap;strokeColor=none;fillColor=none;align=center;verticalAlign=middle;rounded=0;fontSize=23;fontStyle=1" value="." vertex="1">
          <mxGeometry height="30" width="60" x="-1030" y="467" as="geometry" />
        </mxCell>
        <mxCell id="cKu8MT6L8Fp_BZaxLZj7-21" parent="1" style="text;html=1;whiteSpace=wrap;strokeColor=none;fillColor=none;align=center;verticalAlign=middle;rounded=0;fontSize=23;fontStyle=1" value="." vertex="1">
          <mxGeometry height="30" width="60" x="-1030" y="483.25" as="geometry" />
        </mxCell>
        <mxCell id="cKu8MT6L8Fp_BZaxLZj7-24" edge="1" parent="1" source="cKu8MT6L8Fp_BZaxLZj7-23" style="edgeStyle=orthogonalEdgeStyle;rounded=0;orthogonalLoop=1;jettySize=auto;html=1;" target="QUzsFoNl6aFI_2ed8XXq-13">
          <mxGeometry relative="1" as="geometry">
            <Array as="points">
              <mxPoint x="120" y="220" />
              <mxPoint x="120" y="220" />
            </Array>
          </mxGeometry>
        </mxCell>
        <mxCell id="cKu8MT6L8Fp_BZaxLZj7-23" parent="1" style="ellipse;shape=doubleEllipse;whiteSpace=wrap;html=1;fillColor=#ffe6cc;strokeColor=#d79b00;" value="Demande JIRA 1&lt;div&gt;(recharge fichier)&lt;/div&gt;" vertex="1">
          <mxGeometry height="60" width="160" x="-850" y="190" as="geometry" />
        </mxCell>
        <mxCell id="cKu8MT6L8Fp_BZaxLZj7-25" edge="1" parent="1" source="cKu8MT6L8Fp_BZaxLZj7-11" style="edgeStyle=none;endArrow=none;exitX=0;exitY=0;dashed=1;html=1;rounded=0;exitDx=430;exitDy=45;exitPerimeter=0;" target="cKu8MT6L8Fp_BZaxLZj7-23" value="">
          <mxGeometry relative="1" x="1" as="geometry">
            <mxPoint x="-520" y="10" as="sourcePoint" />
            <mxPoint x="-490" y="150" as="targetPoint" />
          </mxGeometry>
        </mxCell>
        <mxCell id="cKu8MT6L8Fp_BZaxLZj7-26" edge="1" parent="1" source="cKu8MT6L8Fp_BZaxLZj7-11" style="edgeStyle=none;endArrow=none;exitX=0;exitY=0;dashed=1;html=1;rounded=0;exitDx=430;exitDy=45;exitPerimeter=0;entryX=0;entryY=0.5;entryDx=0;entryDy=0;" target="QUzsFoNl6aFI_2ed8XXq-34" value="">
          <mxGeometry relative="1" x="1" as="geometry">
            <mxPoint x="-900" y="200" as="sourcePoint" />
            <mxPoint x="-801" y="244" as="targetPoint" />
          </mxGeometry>
        </mxCell>
        <mxCell id="cKu8MT6L8Fp_BZaxLZj7-27" parent="1" style="text;html=1;whiteSpace=wrap;strokeColor=none;fillColor=none;align=center;verticalAlign=middle;rounded=0;fontSize=23;fontStyle=1" value="." vertex="1">
          <mxGeometry height="30" width="60" x="-800" y="305" as="geometry" />
        </mxCell>
        <mxCell id="cKu8MT6L8Fp_BZaxLZj7-28" parent="1" style="text;html=1;whiteSpace=wrap;strokeColor=none;fillColor=none;align=center;verticalAlign=middle;rounded=0;fontSize=23;fontStyle=1" value="." vertex="1">
          <mxGeometry height="30" width="60" x="-800" y="335" as="geometry" />
        </mxCell>
        <mxCell id="cKu8MT6L8Fp_BZaxLZj7-29" parent="1" style="text;html=1;whiteSpace=wrap;strokeColor=none;fillColor=none;align=center;verticalAlign=middle;rounded=0;fontSize=23;fontStyle=1" value="." vertex="1">
          <mxGeometry height="30" width="60" x="-800" y="318.5" as="geometry" />
        </mxCell>
        <mxCell id="cKu8MT6L8Fp_BZaxLZj7-31" parent="1" style="text;html=1;whiteSpace=wrap;strokeColor=none;fillColor=none;align=center;verticalAlign=middle;rounded=0;fontColor=#330000;" value="&lt;font style=&quot;&quot;&gt;Run Tag =&amp;nbsp;&lt;/font&gt;&lt;b style=&quot;text-align: left;&quot;&gt;x.x.x_bxxx-Rx-Jira-xxxx&lt;/b&gt;" vertex="1">
          <mxGeometry height="30" width="200" x="160" y="185" as="geometry" />
        </mxCell>
        <mxCell id="cKu8MT6L8Fp_BZaxLZj7-33" parent="1" style="text;html=1;whiteSpace=wrap;strokeColor=none;fillColor=none;align=center;verticalAlign=middle;rounded=0;fontColor=#330000;" value="&lt;font style=&quot;&quot;&gt;Run Tag =&amp;nbsp;&lt;b style=&quot;text-align: left;&quot;&gt;x.x.x_bxxx-Rx&lt;/b&gt;&lt;/font&gt;" vertex="1">
          <mxGeometry height="30" width="200" x="130" y="347.5" as="geometry" />
        </mxCell>
        <mxCell id="cKu8MT6L8Fp_BZaxLZj7-39" parent="1" style="text;html=1;whiteSpace=wrap;strokeColor=none;fillColor=none;align=center;verticalAlign=middle;rounded=0;" value="verifier/fermer/reopen" vertex="1">
          <mxGeometry height="30" width="60" x="1850" y="313.5" as="geometry" />
        </mxCell>
        <mxCell id="cKu8MT6L8Fp_BZaxLZj7-40" parent="1" style="text;html=1;whiteSpace=wrap;strokeColor=none;fillColor=none;align=center;verticalAlign=middle;rounded=0;" value="verifier/fermer/reopen" vertex="1">
          <mxGeometry height="30" width="60" x="1926" y="382.5" as="geometry" />
        </mxCell>
      </root>
    </mxGraphModel>
  </diagram>
</mxfile>
